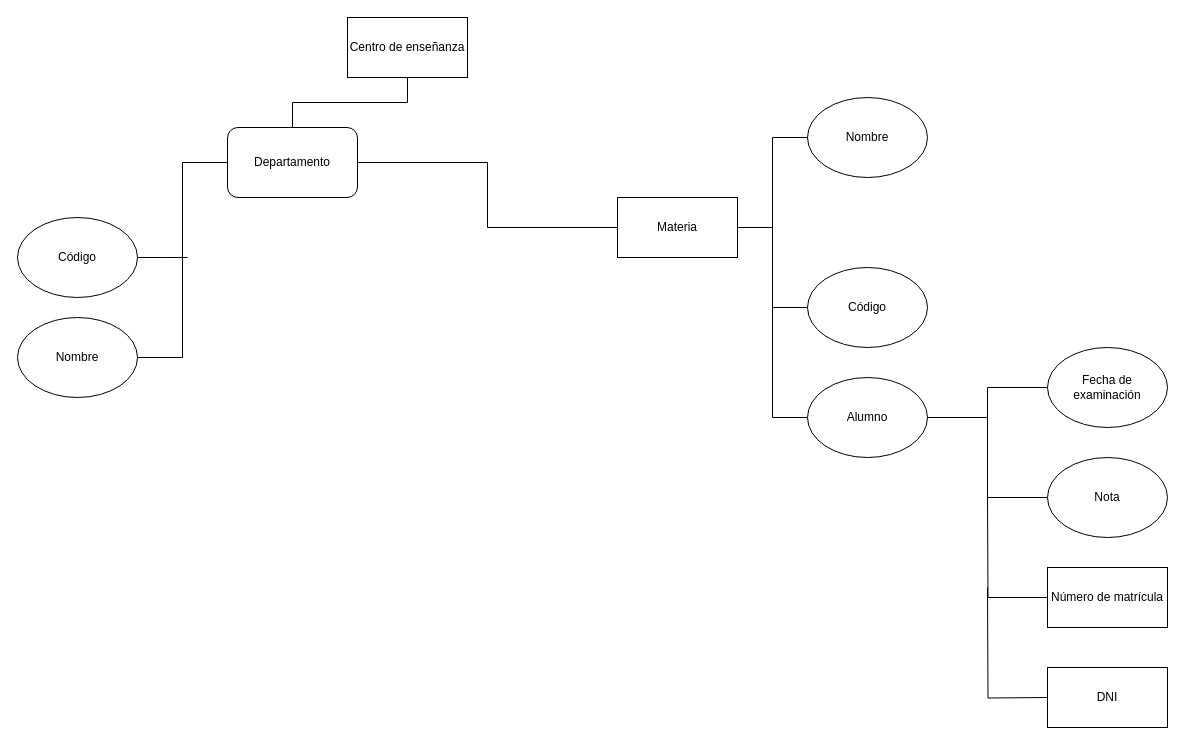
This is page "Page-1" (1 of 2) of Introducción.drawio from HugoCaspoz/Bases-de-Datos-2021, a draw.io file, before an edit. Source tidied: cells renumbered, new cells numbered last; positions are measured from the earlier drawing's top-left corner, leaving out a move shared by most shapes. Both pictures are drawn from the tidied source at 100%, with x=0, y=0 at pixel (17, 17).
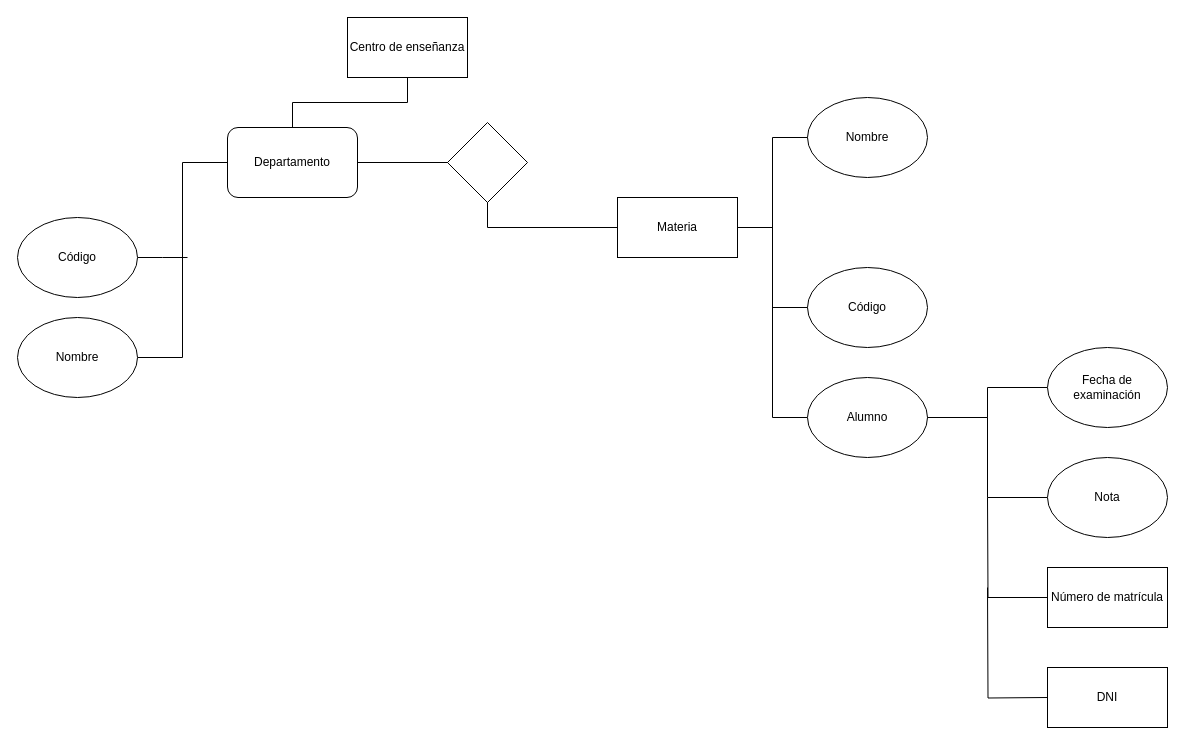
The same diagram, later.

What changed in the source:
```diff
@@
+    <mxCell id="25" style="rhombus;whiteSpace=wrap;html=1;" parent="1" vertex="1">
+      <mxGeometry x="430" y="105" width="80" height="80" as="geometry" />
+    </mxCell>
```
